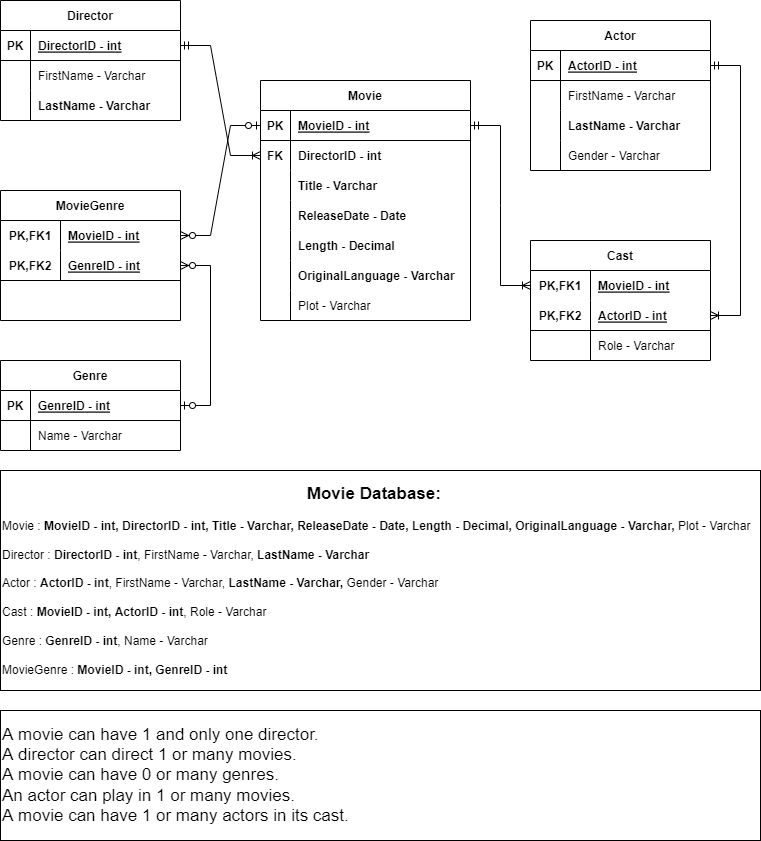
The-Software-Guild/database-design-and-hotel-assessments-Antoinelroy keeps this draw.io diagram as DatabaseDesign/MovieERD.png. Above is the earlier version. Source tidied: cells renumbered, new cells last; positions are measured from the earlier drawing's top-left corner, leaving out a move shared by most shapes.
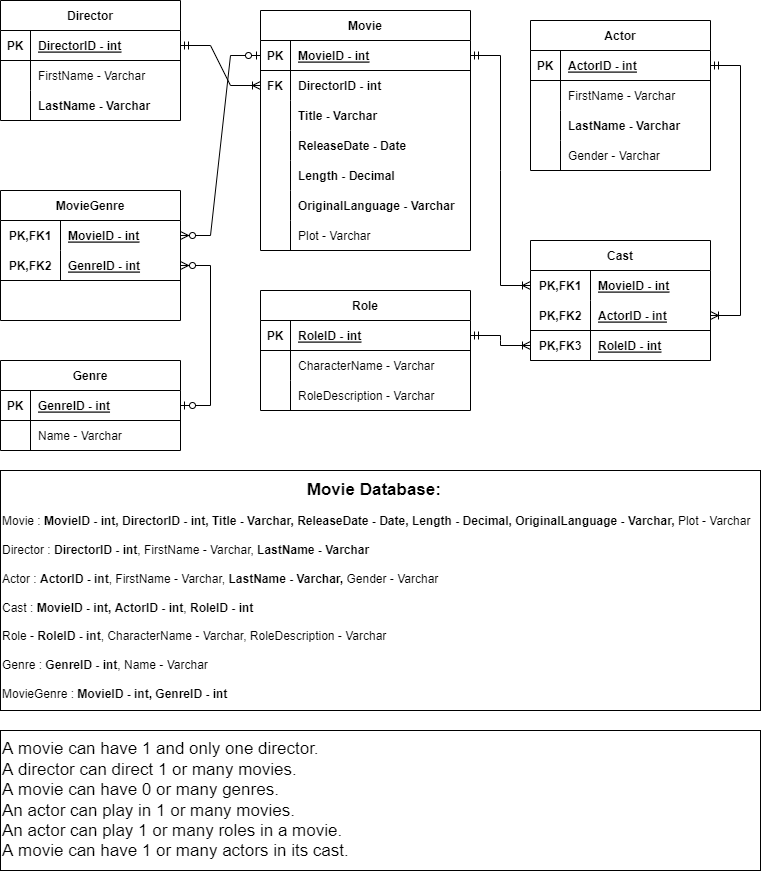
The same file after the commit.

Commit message:
Movie ERD 2nd version

What changed in the source:
```diff
@@ -3,7 +3,7 @@
     <mxCell id="0" />
     <mxCell id="1" parent="0" />
     <mxCell id="2" value="Movie" style="shape=table;startSize=30;rowLines=0;fontStyle=1;align=center;rounded=0;" parent="1" vertex="1">
-      <mxGeometry x="260" y="80" width="210" height="240" as="geometry" />
+      <mxGeometry x="260" y="10" width="210" height="240" as="geometry" />
     </mxCell>
     <mxCell id="3" style="shape=tableRow;horizontal=0;startSize=0;swimlaneHead=0;swimlaneBody=0;fillColor=none;points=[[0,0.5],[1,0.5]];portConstraint=eastwest;top=0;left=0;right=0;bottom=1;rounded=0;" parent="2" vertex="1">
       <mxGeometry y="30" width="210" height="30" as="geometry" />
@@ -158,15 +158,15 @@
     <mxCell id="53" value="ActorID - int" style="shape=partialRectangle;fillColor=none;top=0;left=0;bottom=0;right=0;align=left;spacingLeft=6;fontStyle=5;overflow=hidden;rounded=0;" parent="51" vertex="1">
       <mxGeometry x="60" width="120" height="30" as="geometry" />
     </mxCell>
-    <mxCell id="54" style="shape=tableRow;horizontal=0;startSize=0;swimlaneHead=0;swimlaneBody=0;fillColor=none;top=0;left=0;right=0;bottom=0;rounded=0;" parent="47" vertex="1">
-      <mxGeometry y="90" width="180" height="30" as="geometry" />
-    </mxCell>
-    <mxCell id="55" style="shape=partialRectangle;fillColor=none;top=0;left=0;bottom=0;right=0;overflow=hidden;rounded=0;" parent="54" vertex="1">
-      <mxGeometry width="60" height="30" as="geometry" />
-    </mxCell>
-    <mxCell id="56" value="Role - Varchar" style="shape=partialRectangle;fillColor=none;top=0;left=0;bottom=0;right=0;align=left;spacingLeft=6;overflow=hidden;rounded=0;" parent="54" vertex="1">
-      <mxGeometry x="60" width="120" height="30" as="geometry" />
-    </mxCell>
+    <mxCell id="78" style="shape=tableRow;horizontal=0;startSize=0;swimlaneHead=0;swimlaneBody=0;fillColor=none;points=[[0,0.5],[1,0.5]];portConstraint=eastwest;top=0;left=0;right=0;bottom=1;rounded=0;" parent="47" vertex="1">
+      <mxGeometry y="90" width="180" height="30" as="geometry" />
+    </mxCell>
+    <mxCell id="79" style="shape=partialRectangle;fillColor=none;top=0;left=0;bottom=0;right=0;fontStyle=1;overflow=hidden;rounded=0;" parent="78" vertex="1">
+      <mxGeometry width="60" height="30" as="geometry" />
+    </mxCell>
+    <mxCell id="80" value="RoleID - int" style="shape=partialRectangle;fillColor=none;top=0;left=0;bottom=0;right=0;align=left;spacingLeft=6;fontStyle=5;overflow=hidden;rounded=0;" parent="78" vertex="1">
+      <mxGeometry x="60" width="120" height="30" as="geometry" />
+    </mxCell>
     <mxCell id="57" style="edgeStyle=entityRelationEdgeStyle;fontSize=12;html=1;endArrow=ERoneToMany;startArrow=ERmandOne;rounded=0;" parent="1" edge="1" source="3" target="48">
       <mxGeometry relative="1" as="geometry" />
     </mxCell>
@@ -218,11 +218,11 @@
     <mxCell id="73" style="edgeStyle=entityRelationEdgeStyle;fontSize=12;html=1;endArrow=ERzeroToMany;startArrow=ERzeroToOne;rounded=0;" parent="1" edge="1" source="3" target="66">
       <mxGeometry relative="1" as="geometry" />
     </mxCell>
-    <mxCell id="74" value="&lt;div style=&quot;text-align: center&quot;&gt;&lt;span&gt;&lt;b&gt;&lt;font style=&quot;font-size: 17px&quot;&gt;Movie Database:&amp;nbsp;&lt;/font&gt;&lt;/b&gt;&lt;/span&gt;&lt;/div&gt;&lt;br&gt;Movie : &lt;b&gt;MovieID - int, DirectorID - int, Title - Varchar, ReleaseDate - Date, Length - Decimal, OriginalLanguage - Varchar,&lt;/b&gt; Plot - Varchar&lt;br&gt;&lt;br&gt;Director : &lt;b&gt;DirectorID - int&lt;/b&gt;, FirstName - Varchar,&lt;b&gt; LastName - Varchar&lt;/b&gt;&lt;br&gt;&lt;br&gt;Actor :&lt;b&gt; ActorID - int&lt;/b&gt;, FirstName - Varchar, &lt;b&gt;LastName - Varchar,&lt;/b&gt; Gender - Varchar&lt;br&gt;&lt;br&gt;Cast :&lt;b&gt; MovieID - int, ActorID - int&lt;/b&gt;, Role - Varchar&lt;br&gt;&lt;br&gt;Genre : &lt;b&gt;GenreID - int&lt;/b&gt;, Name - Varchar&lt;br&gt;&lt;br&gt;MovieGenre : &lt;b&gt;MovieID - int, GenreID - int&lt;/b&gt;" style="whiteSpace=wrap;html=1;align=left;rounded=0;" parent="1" vertex="1">
-      <mxGeometry y="470" width="760" height="220" as="geometry" />
+    <mxCell id="74" value="&lt;div style=&quot;text-align: center&quot;&gt;&lt;span&gt;&lt;b&gt;&lt;font style=&quot;font-size: 17px&quot;&gt;Movie Database:&amp;nbsp;&lt;/font&gt;&lt;/b&gt;&lt;/span&gt;&lt;/div&gt;&lt;br&gt;Movie : &lt;b&gt;MovieID - int, DirectorID - int, Title - Varchar, ReleaseDate - Date, Length - Decimal, OriginalLanguage - Varchar,&lt;/b&gt; Plot - Varchar&lt;br&gt;&lt;br&gt;Director : &lt;b&gt;DirectorID - int&lt;/b&gt;, FirstName - Varchar,&lt;b&gt; LastName - Varchar&lt;/b&gt;&lt;br&gt;&lt;br&gt;Actor :&lt;b&gt; ActorID - int&lt;/b&gt;, FirstName - Varchar, &lt;b&gt;LastName - Varchar,&lt;/b&gt; Gender - Varchar&lt;br&gt;&lt;br&gt;Cast :&lt;b&gt; MovieID - int, ActorID - int&lt;/b&gt;, &lt;b&gt;RoleID - int&lt;br&gt;&lt;/b&gt;&lt;br&gt;Role - &lt;b&gt;RoleID - int&lt;/b&gt;, CharacterName - Varchar, RoleDescription - Varchar&lt;br&gt;&lt;br&gt;Genre : &lt;b&gt;GenreID - int&lt;/b&gt;, Name - Varchar&lt;br&gt;&lt;br&gt;MovieGenre : &lt;b&gt;MovieID - int, GenreID - int&lt;/b&gt;" style="whiteSpace=wrap;html=1;align=left;rounded=0;" parent="1" vertex="1">
+      <mxGeometry y="470" width="760" height="240" as="geometry" />
     </mxCell>
-    <mxCell id="75" value="A movie can have 1 and only one director.&lt;br&gt;A director can direct 1 or many movies.&lt;br&gt;A movie can have 0 or many genres.&lt;br&gt;An actor can play in 1 or many movies.&lt;br&gt;A movie can have 1 or many actors in its cast." style="whiteSpace=wrap;html=1;fontSize=17;align=left;rounded=0;" parent="1" vertex="1">
-      <mxGeometry y="710" width="760" height="130" as="geometry" />
+    <mxCell id="75" value="A movie can have 1 and only one director.&lt;br&gt;A director can direct 1 or many movies.&lt;br&gt;A movie can have 0 or many genres.&lt;br&gt;An actor can play in 1 or many movies.&lt;br&gt;An actor can play 1 or many roles in a movie.&lt;br&gt;A movie can have 1 or many actors in its cast." style="whiteSpace=wrap;html=1;fontSize=17;align=left;rounded=0;" parent="1" vertex="1">
+      <mxGeometry y="730" width="760" height="140" as="geometry" />
     </mxCell>
     <mxCell id="76" style="edgeStyle=entityRelationEdgeStyle;fontSize=12;html=1;endArrow=ERoneToMany;startArrow=ERmandOne;rounded=0;" parent="1" edge="1" source="25" target="6">
       <mxGeometry relative="1" as="geometry" />
@@ -230,5 +230,41 @@
     <mxCell id="77" style="edgeStyle=entityRelationEdgeStyle;fontSize=12;html=1;endArrow=ERoneToMany;startArrow=ERmandOne;rounded=0;" parent="1" edge="1" source="35" target="51">
       <mxGeometry relative="1" as="geometry" />
     </mxCell>
+    <mxCell id="81" value="Role" style="shape=table;startSize=30;rowLines=0;fontStyle=1;align=center;rounded=0;" parent="1" vertex="1">
+      <mxGeometry x="260" y="290" width="210" height="120" as="geometry" />
+    </mxCell>
+    <mxCell id="82" style="shape=tableRow;horizontal=0;startSize=0;swimlaneHead=0;swimlaneBody=0;fillColor=none;points=[[0,0.5],[1,0.5]];portConstraint=eastwest;top=0;left=0;right=0;bottom=1;rounded=0;" parent="81" vertex="1">
+      <mxGeometry y="30" width="210" height="30" as="geometry" />
+    </mxCell>
+    <mxCell id="83" value="PK" style="shape=partialRectangle;fillColor=none;top=0;left=0;bottom=0;right=0;fontStyle=1;overflow=hidden;rounded=0;" parent="82" vertex="1">
+      <mxGeometry width="30" height="30" as="geometry" />
+    </mxCell>
+    <mxCell id="84" value="RoleID - int" style="shape=partialRectangle;fillColor=none;top=0;left=0;bottom=0;right=0;align=left;spacingLeft=6;fontStyle=5;overflow=hidden;rounded=0;" parent="82" vertex="1">
+      <mxGeometry x="30" width="180" height="30" as="geometry" />
+    </mxCell>
+    <mxCell id="85" style="shape=tableRow;horizontal=0;startSize=0;swimlaneHead=0;swimlaneBody=0;fillColor=none;top=0;left=0;right=0;bottom=0;rounded=0;" parent="81" vertex="1">
+      <mxGeometry y="60" width="210" height="30" as="geometry" />
+    </mxCell>
+    <mxCell id="86" style="shape=partialRectangle;fillColor=none;top=0;left=0;bottom=0;right=0;overflow=hidden;rounded=0;" parent="85" vertex="1">
+      <mxGeometry width="30" height="30" as="geometry" />
+    </mxCell>
+    <mxCell id="87" value="CharacterName - Varchar" style="shape=partialRectangle;fillColor=none;top=0;left=0;bottom=0;right=0;align=left;spacingLeft=6;overflow=hidden;rounded=0;" parent="85" vertex="1">
+      <mxGeometry x="30" width="180" height="30" as="geometry" />
+    </mxCell>
+    <mxCell id="88" style="shape=tableRow;horizontal=0;startSize=0;swimlaneHead=0;swimlaneBody=0;fillColor=none;top=0;left=0;right=0;bottom=0;rounded=0;" parent="81" vertex="1">
+      <mxGeometry y="90" width="210" height="30" as="geometry" />
+    </mxCell>
+    <mxCell id="89" style="shape=partialRectangle;fillColor=none;top=0;left=0;bottom=0;right=0;overflow=hidden;rounded=0;" parent="88" vertex="1">
+      <mxGeometry width="30" height="30" as="geometry" />
+    </mxCell>
+    <mxCell id="90" value="RoleDescription - Varchar" style="shape=partialRectangle;fillColor=none;top=0;left=0;bottom=0;right=0;align=left;spacingLeft=6;overflow=hidden;rounded=0;" parent="88" vertex="1">
+      <mxGeometry x="30" width="180" height="30" as="geometry" />
+    </mxCell>
+    <mxCell id="91" value="PK,FK3" style="shape=partialRectangle;fillColor=none;top=0;left=0;bottom=0;right=0;fontStyle=1;overflow=hidden;rounded=0;" parent="1" vertex="1">
+      <mxGeometry x="530" y="330" width="60" height="30" as="geometry" />
+    </mxCell>
+    <mxCell id="92" style="edgeStyle=entityRelationEdgeStyle;fontSize=12;html=1;endArrow=ERoneToMany;startArrow=ERmandOne;rounded=0;" parent="1" edge="1" source="82" target="78">
+      <mxGeometry relative="1" as="geometry" />
+    </mxCell>
   </root>
 </mxGraphModel>
```
